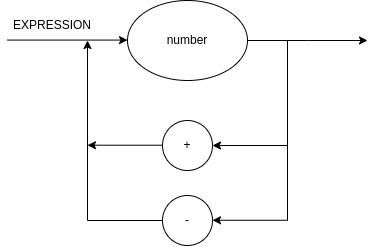
Before: roteiro1/diagram.drawio.png, a diagram exported from draw.io (gabrielonishi/go-compiler). Source tidied: cells renumbered, new cells last; positions are measured from the earlier drawing's top-left corner, leaving out a move shared by most shapes. Its diagram source:
```xml
<mxGraphModel>
  <root>
    <mxCell id="0" />
    <mxCell id="1" parent="0" />
    <mxCell id="2" style="edgeStyle=orthogonalEdgeStyle;rounded=0;jettySize=auto;html=1;exitX=1;exitY=0.5;exitDx=0;exitDy=0;" parent="1" edge="1" source="3">
      <mxGeometry relative="1" as="geometry">
        <mxPoint x="360" y="40" as="targetPoint" />
      </mxGeometry>
    </mxCell>
    <mxCell id="3" value="number" style="ellipse;whiteSpace=wrap;html=1;" parent="1" vertex="1">
      <mxGeometry x="120" width="120" height="80" as="geometry" />
    </mxCell>
    <mxCell id="4" value="+" style="ellipse;whiteSpace=wrap;html=1;" parent="1" vertex="1">
      <mxGeometry x="155" y="120" width="50" height="50" as="geometry" />
    </mxCell>
    <mxCell id="5" value="-" style="ellipse;whiteSpace=wrap;html=1;" parent="1" vertex="1">
      <mxGeometry x="155" y="195" width="50" height="50" as="geometry" />
    </mxCell>
    <mxCell id="6" style="endArrow=classic;html=1;rounded=0;entryX=1;entryY=0.5;entryDx=0;entryDy=0;" parent="1" edge="1" target="4">
      <mxGeometry relative="1" as="geometry">
        <mxPoint x="280" y="145" as="sourcePoint" />
      </mxGeometry>
    </mxCell>
    <mxCell id="7" style="endArrow=none;html=1;rounded=0;" parent="1" edge="1">
      <mxGeometry relative="1" as="geometry">
        <mxPoint x="280" y="220" as="sourcePoint" />
        <mxPoint x="280" y="40" as="targetPoint" />
      </mxGeometry>
    </mxCell>
    <mxCell id="8" style="endArrow=classic;html=1;rounded=0;entryX=1;entryY=0.5;entryDx=0;entryDy=0;" parent="1" edge="1">
      <mxGeometry relative="1" as="geometry">
        <mxPoint x="280" y="219.8" as="sourcePoint" />
        <mxPoint x="205" y="219.8" as="targetPoint" />
      </mxGeometry>
    </mxCell>
    <mxCell id="9" style="endArrow=classic;html=1;rounded=0;entryX=1;entryY=0.5;entryDx=0;entryDy=0;" parent="1" edge="1">
      <mxGeometry relative="1" as="geometry">
        <mxPoint x="155" y="144.7" as="sourcePoint" />
        <mxPoint x="80" y="144.7" as="targetPoint" />
      </mxGeometry>
    </mxCell>
    <mxCell id="10" style="endArrow=none;html=1;rounded=0;exitX=0;exitY=0.5;exitDx=0;exitDy=0;" parent="1" edge="1" source="5">
      <mxGeometry relative="1" as="geometry">
        <mxPoint x="80" y="220" as="targetPoint" />
      </mxGeometry>
    </mxCell>
    <mxCell id="11" style="endArrow=classic;html=1;rounded=0;" parent="1" edge="1">
      <mxGeometry relative="1" as="geometry">
        <mxPoint x="80" y="220" as="sourcePoint" />
        <mxPoint x="80" y="40" as="targetPoint" />
      </mxGeometry>
    </mxCell>
    <mxCell id="12" style="edgeStyle=orthogonalEdgeStyle;rounded=0;orthogonalLoop=1;jettySize=auto;html=1;exitX=1;exitY=0.5;exitDx=0;exitDy=0;" parent="1" edge="1">
      <mxGeometry relative="1" as="geometry">
        <mxPoint y="39.6" as="sourcePoint" />
        <mxPoint x="120" y="39.6" as="targetPoint" />
      </mxGeometry>
    </mxCell>
    <mxCell id="13" value="EXPRESSION" style="text;html=1;strokeColor=none;fillColor=none;align=center;verticalAlign=middle;whiteSpace=wrap;rounded=0;" parent="1" vertex="1">
      <mxGeometry y="10" width="90" height="30" as="geometry" />
    </mxCell>
  </root>
</mxGraphModel>
```
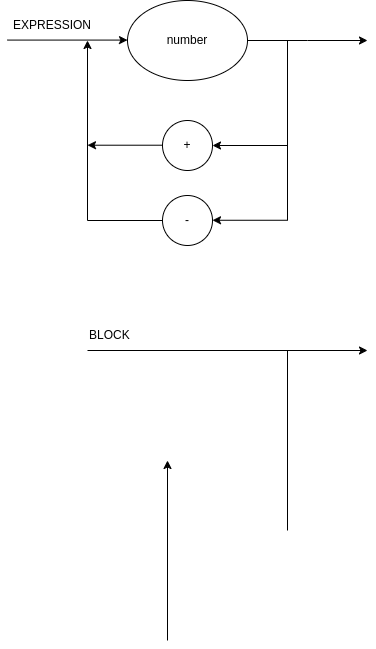
The same file after the commit.

Commit message:
Muda Tokenizer para Roteiro 5

The edit, as a diff of the source:
```diff
@@ -59,5 +59,26 @@
     <mxCell id="13" value="EXPRESSION" style="text;html=1;strokeColor=none;fillColor=none;align=center;verticalAlign=middle;whiteSpace=wrap;rounded=0;" parent="1" vertex="1">
       <mxGeometry y="10" width="90" height="30" as="geometry" />
     </mxCell>
+    <mxCell id="14" style="edgeStyle=orthogonalEdgeStyle;rounded=0;orthogonalLoop=1;jettySize=auto;html=1;" parent="1" edge="1">
+      <mxGeometry relative="1" as="geometry">
+        <mxPoint x="80" y="350" as="sourcePoint" />
+        <mxPoint x="360" y="350" as="targetPoint" />
+      </mxGeometry>
+    </mxCell>
+    <mxCell id="15" style="endArrow=none;html=1;rounded=0;" parent="1" edge="1">
+      <mxGeometry relative="1" as="geometry">
+        <mxPoint x="280" y="530" as="sourcePoint" />
+        <mxPoint x="280" y="350" as="targetPoint" />
+      </mxGeometry>
+    </mxCell>
+    <mxCell id="16" style="endArrow=classic;html=1;rounded=0;" parent="1" edge="1">
+      <mxGeometry relative="1" as="geometry">
+        <mxPoint x="160" y="640" as="sourcePoint" />
+        <mxPoint x="160" y="460" as="targetPoint" />
+      </mxGeometry>
+    </mxCell>
+    <mxCell id="17" value="BLOCK" style="text;html=1;strokeColor=none;fillColor=none;align=left;verticalAlign=middle;whiteSpace=wrap;rounded=0;" parent="1" vertex="1">
+      <mxGeometry x="80" y="320" width="90" height="30" as="geometry" />
+    </mxCell>
   </root>
 </mxGraphModel>
```
